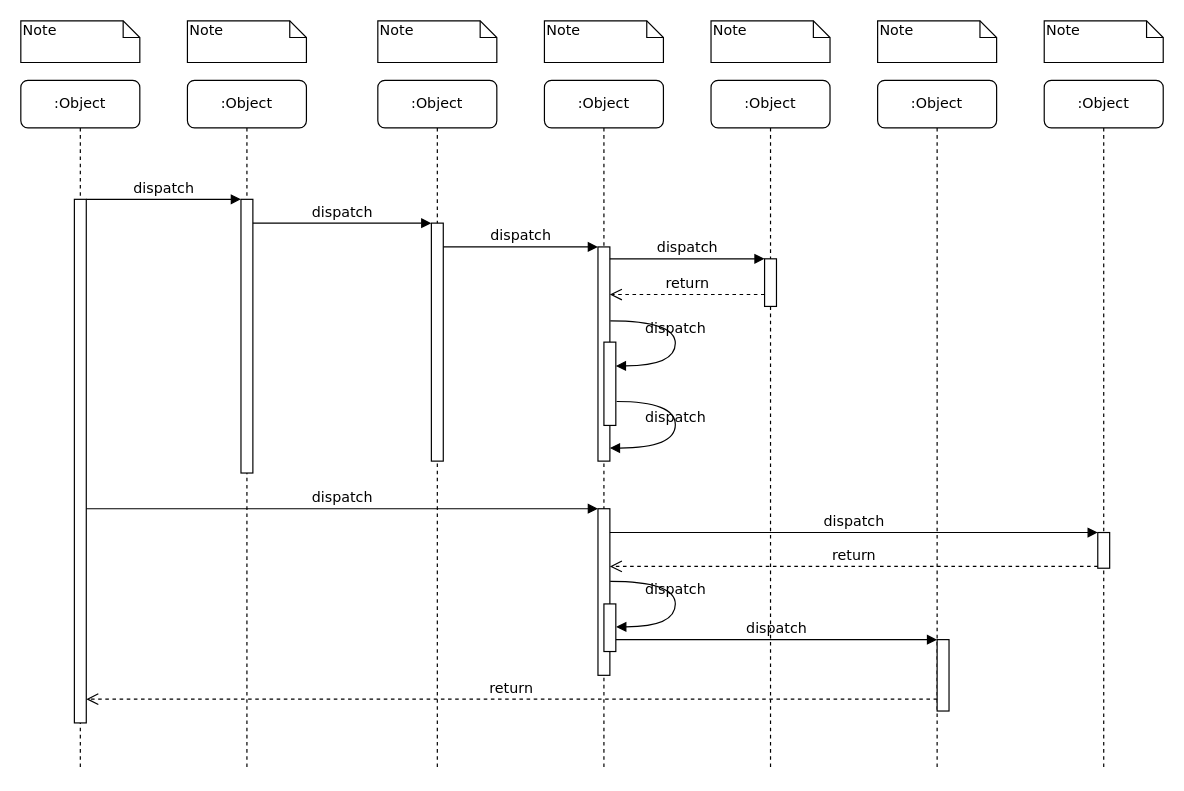
The draw.io diagram Диаграмма без названия.drawio in 03Vlados/SPR5_Bekh_Vlad_TI-12, before the edit. Source tidied: cells renumbered, new cells numbered last; positions are measured from the earlier drawing's top-left corner, leaving out a move shared by most shapes. Both pictures are drawn from the tidied source at 119%, with x=0, y=0 at pixel (20, 20).
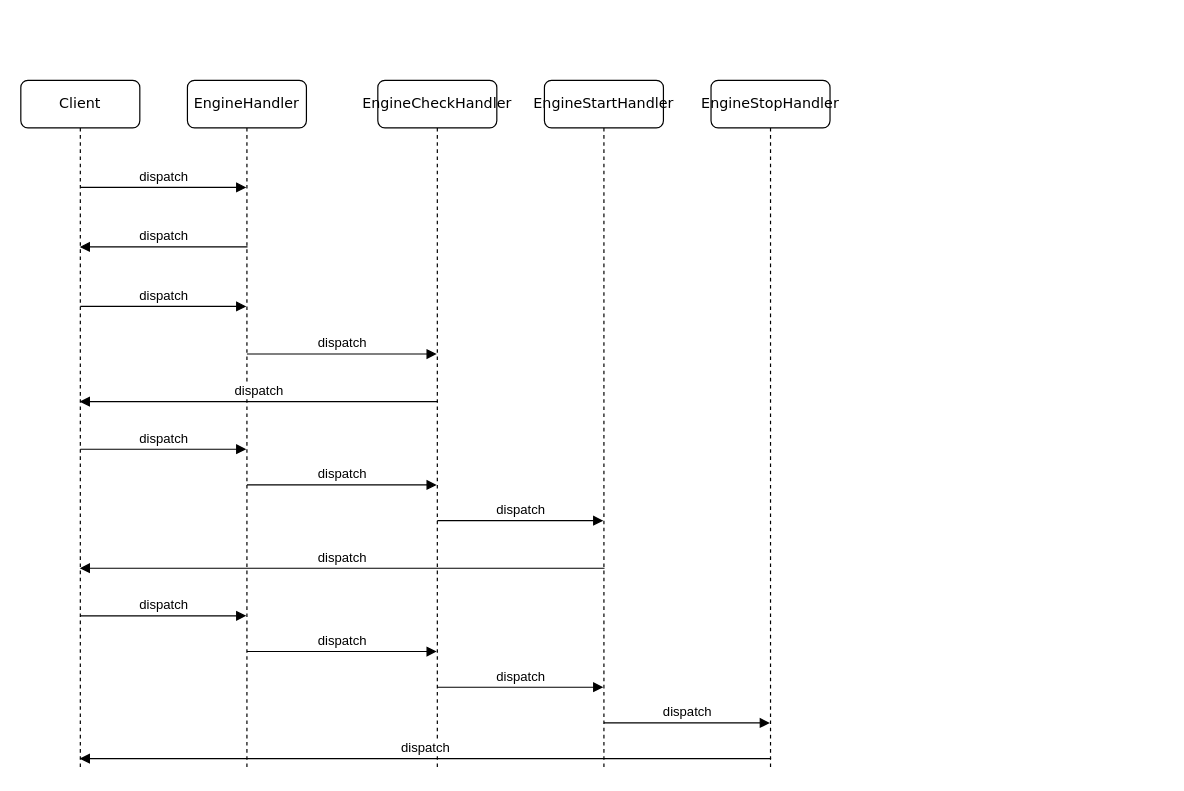
The same diagram, later.

Change to the diagram source:
```diff
@@
-    <mxCell id="2" value=":Object" style="shape=umlLifeline;perimeter=lifelinePerimeter;whiteSpace=wrap;html=1;outlineConnect=0;rounded=1;shadow=0;comic=0;labelBackgroundColor=none;strokeWidth=1;fontFamily=Verdana;fontSize=12;align=center;" parent="1" vertex="1">
+    <mxCell id="2" value="EngineHandler" style="shape=umlLifeline;perimeter=lifelinePerimeter;whiteSpace=wrap;html=1;outlineConnect=0;rounded=1;shadow=0;comic=0;labelBackgroundColor=none;strokeWidth=1;fontFamily=Verdana;fontSize=12;align=center;" parent="1" vertex="1">
       <mxGeometry x="140" y="50" width="100" height="580" as="geometry" />
     </mxCell>
-    <mxCell id="3" style="html=1;points=[];perimeter=orthogonalPerimeter;rounded=0;shadow=0;comic=0;labelBackgroundColor=none;strokeWidth=1;fontFamily=Verdana;fontSize=12;align=center;" parent="2" vertex="1">
-      <mxGeometry x="45" y="100" width="10" height="230" as="geometry" />
-    </mxCell>
+    <mxCell id="39" value="dispatch" style="html=1;verticalAlign=bottom;endArrow=block;curved=0;rounded=0;" parent="2" edge="1" target="10">
+      <mxGeometry relative="1" as="geometry">
+        <mxPoint x="50.5" y="140" as="sourcePoint" />
+      </mxGeometry>
+    </mxCell>
-    <mxCell id="4" value=":Object" style="shape=umlLifeline;perimeter=lifelinePerimeter;whiteSpace=wrap;html=1;outlineConnect=0;rounded=1;shadow=0;comic=0;labelBackgroundColor=none;strokeWidth=1;fontFamily=Verdana;fontSize=12;align=center;" parent="1" vertex="1">
+    <mxCell id="4" value="EngineCheckHandler" style="shape=umlLifeline;perimeter=lifelinePerimeter;whiteSpace=wrap;html=1;outlineConnect=0;rounded=1;shadow=0;comic=0;labelBackgroundColor=none;strokeWidth=1;fontFamily=Verdana;fontSize=12;align=center;" parent="1" vertex="1">
       <mxGeometry x="300" y="50" width="100" height="580" as="geometry" />
     </mxCell>
-    <mxCell id="5" style="html=1;points=[];perimeter=orthogonalPerimeter;rounded=0;shadow=0;comic=0;labelBackgroundColor=none;strokeWidth=1;fontFamily=Verdana;fontSize=12;align=center;" parent="4" vertex="1">
-      <mxGeometry x="45" y="120" width="10" height="200" as="geometry" />
-    </mxCell>
+    <mxCell id="40" value="dispatch" style="html=1;verticalAlign=bottom;endArrow=block;curved=0;rounded=0;" parent="4" edge="1" target="10">
+      <mxGeometry relative="1" as="geometry">
+        <mxPoint x="50.5" y="270" as="sourcePoint" />
+      </mxGeometry>
+    </mxCell>
+    <mxCell id="41" value="dispatch" style="html=1;verticalAlign=bottom;endArrow=block;curved=0;rounded=0;" parent="4" edge="1" target="6">
+      <mxGeometry relative="1" as="geometry">
+        <mxPoint x="50" y="510" as="sourcePoint" />
+      </mxGeometry>
+    </mxCell>
-    <mxCell id="6" value=":Object" style="shape=umlLifeline;perimeter=lifelinePerimeter;whiteSpace=wrap;html=1;outlineConnect=0;rounded=1;shadow=0;comic=0;labelBackgroundColor=none;strokeWidth=1;fontFamily=Verdana;fontSize=12;align=center;" parent="1" vertex="1">
+    <mxCell id="6" value="EngineStartHandler" style="shape=umlLifeline;perimeter=lifelinePerimeter;whiteSpace=wrap;html=1;outlineConnect=0;rounded=1;shadow=0;comic=0;labelBackgroundColor=none;strokeWidth=1;fontFamily=Verdana;fontSize=12;align=center;" parent="1" vertex="1">
       <mxGeometry x="440" y="50" width="100" height="580" as="geometry" />
     </mxCell>
+    <mxCell id="42" value="dispatch" style="html=1;verticalAlign=bottom;endArrow=block;curved=0;rounded=0;" parent="6" edge="1" target="10">
+      <mxGeometry relative="1" as="geometry">
+        <mxPoint x="50.5" y="410" as="sourcePoint" />
+      </mxGeometry>
+    </mxCell>
-    <mxCell id="7" value=":Object" style="shape=umlLifeline;perimeter=lifelinePerimeter;whiteSpace=wrap;html=1;outlineConnect=0;rounded=1;shadow=0;comic=0;labelBackgroundColor=none;strokeWidth=1;fontFamily=Verdana;fontSize=12;align=center;" parent="1" vertex="1">
+    <mxCell id="7" value="EngineStopHandler" style="shape=umlLifeline;perimeter=lifelinePerimeter;whiteSpace=wrap;html=1;outlineConnect=0;rounded=1;shadow=0;comic=0;labelBackgroundColor=none;strokeWidth=1;fontFamily=Verdana;fontSize=12;align=center;" parent="1" vertex="1">
       <mxGeometry x="580" y="50" width="100" height="580" as="geometry" />
     </mxCell>
-    <mxCell id="8" value=":Object" style="shape=umlLifeline;perimeter=lifelinePerimeter;whiteSpace=wrap;html=1;rounded=1;shadow=0;comic=0;labelBackgroundColor=none;strokeWidth=1;fontFamily=Verdana;fontSize=12;align=center;" parent="1" vertex="1">
-      <mxGeometry x="720" y="50" width="100" height="580" as="geometry" />
-    </mxCell>
-    <mxCell id="9" value=":Object" style="shape=umlLifeline;perimeter=lifelinePerimeter;whiteSpace=wrap;html=1;rounded=1;shadow=0;comic=0;labelBackgroundColor=none;strokeWidth=1;fontFamily=Verdana;fontSize=12;align=center;" parent="1" vertex="1">
-      <mxGeometry x="860" y="50" width="100" height="580" as="geometry" />
-    </mxCell>
+    <mxCell id="43" value="dispatch" style="html=1;verticalAlign=bottom;endArrow=block;curved=0;rounded=0;" parent="7" edge="1" target="10">
+      <mxGeometry relative="1" as="geometry">
+        <mxPoint x="50.5" y="570" as="sourcePoint" />
+      </mxGeometry>
+    </mxCell>
-    <mxCell id="10" value=":Object" style="shape=umlLifeline;perimeter=lifelinePerimeter;whiteSpace=wrap;html=1;outlineConnect=0;rounded=1;shadow=0;comic=0;labelBackgroundColor=none;strokeWidth=1;fontFamily=Verdana;fontSize=12;align=center;" parent="1" vertex="1">
+    <mxCell id="10" value="Client" style="shape=umlLifeline;perimeter=lifelinePerimeter;whiteSpace=wrap;html=1;outlineConnect=0;rounded=1;shadow=0;comic=0;labelBackgroundColor=none;strokeWidth=1;fontFamily=Verdana;fontSize=12;align=center;" parent="1" vertex="1">
       <mxGeometry y="50" width="100" height="580" as="geometry" />
     </mxCell>
-    <mxCell id="11" style="html=1;points=[];perimeter=orthogonalPerimeter;rounded=0;shadow=0;comic=0;labelBackgroundColor=none;strokeWidth=1;fontFamily=Verdana;fontSize=12;align=center;" parent="10" vertex="1">
-      <mxGeometry x="45" y="100" width="10" height="440" as="geometry" />
-    </mxCell>
-    <mxCell id="12" style="html=1;points=[];perimeter=orthogonalPerimeter;rounded=0;shadow=0;comic=0;labelBackgroundColor=none;strokeWidth=1;fontFamily=Verdana;fontSize=12;align=center;" parent="1" vertex="1">
-      <mxGeometry x="485" y="190" width="10" height="180" as="geometry" />
-    </mxCell>
-    <mxCell id="13" value="dispatch" style="html=1;verticalAlign=bottom;endArrow=block;labelBackgroundColor=none;fontFamily=Verdana;fontSize=12;edgeStyle=elbowEdgeStyle;elbow=vertical;" parent="1" edge="1" source="5" target="12">
-      <mxGeometry relative="1" as="geometry">
-        <Array as="points">
-          <mxPoint x="360" y="190" />
-        </Array>
-      </mxGeometry>
-    </mxCell>
-    <mxCell id="14" style="html=1;points=[];perimeter=orthogonalPerimeter;rounded=0;shadow=0;comic=0;labelBackgroundColor=none;strokeWidth=1;fontFamily=Verdana;fontSize=12;align=center;" parent="1" vertex="1">
-      <mxGeometry x="625" y="200" width="10" height="40" as="geometry" />
-    </mxCell>
-    <mxCell id="15" value="dispatch" style="html=1;verticalAlign=bottom;endArrow=block;entryX=0;entryY=0;labelBackgroundColor=none;fontFamily=Verdana;fontSize=12;edgeStyle=elbowEdgeStyle;elbow=vertical;" parent="1" edge="1" source="12" target="14">
-      <mxGeometry relative="1" as="geometry" />
-    </mxCell>
-    <mxCell id="16" value="return" style="html=1;verticalAlign=bottom;endArrow=open;dashed=1;endSize=8;labelBackgroundColor=none;fontFamily=Verdana;fontSize=12;edgeStyle=elbowEdgeStyle;elbow=vertical;" parent="1" edge="1" source="14" target="12">
-      <mxGeometry relative="1" as="geometry">
-        <Array as="points">
-          <mxPoint x="570" y="230" />
-          <mxPoint x="600" y="230" />
-        </Array>
-      </mxGeometry>
-    </mxCell>
-    <mxCell id="17" style="html=1;points=[];perimeter=orthogonalPerimeter;rounded=0;shadow=0;comic=0;labelBackgroundColor=none;strokeWidth=1;fontFamily=Verdana;fontSize=12;align=center;" parent="1" vertex="1">
-      <mxGeometry x="485" y="410" width="10" height="140" as="geometry" />
-    </mxCell>
-    <mxCell id="18" value="dispatch" style="html=1;verticalAlign=bottom;endArrow=block;entryX=0;entryY=0;labelBackgroundColor=none;fontFamily=Verdana;fontSize=12;" parent="1" edge="1" source="11" target="17">
-      <mxGeometry relative="1" as="geometry" />
-    </mxCell>
-    <mxCell id="19" style="html=1;points=[];perimeter=orthogonalPerimeter;rounded=0;shadow=0;comic=0;labelBackgroundColor=none;strokeColor=#000000;strokeWidth=1;fillColor=#FFFFFF;fontFamily=Verdana;fontSize=12;fontColor=#000000;align=center;" parent="1" vertex="1">
-      <mxGeometry x="905" y="430" width="10" height="30" as="geometry" />
-    </mxCell>
-    <mxCell id="20" value="dispatch" style="html=1;verticalAlign=bottom;endArrow=block;entryX=0;entryY=0;labelBackgroundColor=none;fontFamily=Verdana;fontSize=12;" parent="1" edge="1" source="17" target="19">
-      <mxGeometry relative="1" as="geometry" />
-    </mxCell>
-    <mxCell id="21" value="return" style="html=1;verticalAlign=bottom;endArrow=open;dashed=1;endSize=8;exitX=0;exitY=0.95;labelBackgroundColor=none;fontFamily=Verdana;fontSize=12;" parent="1" edge="1" source="19" target="17">
-      <mxGeometry relative="1" as="geometry" />
-    </mxCell>
-    <mxCell id="22" style="html=1;points=[];perimeter=orthogonalPerimeter;rounded=0;shadow=0;comic=0;labelBackgroundColor=none;strokeWidth=1;fontFamily=Verdana;fontSize=12;align=center;" parent="1" vertex="1">
-      <mxGeometry x="770" y="520" width="10" height="60" as="geometry" />
-    </mxCell>
-    <mxCell id="23" value="dispatch" style="html=1;verticalAlign=bottom;endArrow=block;entryX=0;entryY=0;labelBackgroundColor=none;fontFamily=Verdana;fontSize=12;edgeStyle=elbowEdgeStyle;elbow=vertical;" parent="1" edge="1" source="30" target="22">
-      <mxGeometry relative="1" as="geometry" />
-    </mxCell>
-    <mxCell id="24" value="return" style="html=1;verticalAlign=bottom;endArrow=open;dashed=1;endSize=8;labelBackgroundColor=none;fontFamily=Verdana;fontSize=12;edgeStyle=elbowEdgeStyle;elbow=vertical;" parent="1" edge="1" source="22" target="11">
-      <mxGeometry relative="1" as="geometry">
-        <Array as="points">
-          <mxPoint x="470" y="570" />
-        </Array>
-      </mxGeometry>
-    </mxCell>
-    <mxCell id="25" value="dispatch" style="html=1;verticalAlign=bottom;endArrow=block;entryX=0;entryY=0;labelBackgroundColor=none;fontFamily=Verdana;fontSize=12;edgeStyle=elbowEdgeStyle;elbow=vertical;" parent="1" edge="1" source="11" target="3">
-      <mxGeometry relative="1" as="geometry" />
-    </mxCell>
-    <mxCell id="26" value="dispatch" style="html=1;verticalAlign=bottom;endArrow=block;entryX=0;entryY=0;labelBackgroundColor=none;fontFamily=Verdana;fontSize=12;edgeStyle=elbowEdgeStyle;elbow=vertical;" parent="1" edge="1" source="3" target="5">
-      <mxGeometry relative="1" as="geometry" />
-    </mxCell>
-    <mxCell id="27" style="html=1;points=[];perimeter=orthogonalPerimeter;rounded=0;shadow=0;comic=0;labelBackgroundColor=none;strokeWidth=1;fontFamily=Verdana;fontSize=12;align=center;" parent="1" vertex="1">
-      <mxGeometry x="490" y="270" width="10" height="70" as="geometry" />
-    </mxCell>
-    <mxCell id="28" value="dispatch" style="html=1;verticalAlign=bottom;endArrow=block;labelBackgroundColor=none;fontFamily=Verdana;fontSize=12;elbow=vertical;edgeStyle=orthogonalEdgeStyle;curved=1;entryX=1;entryY=0.286;entryPerimeter=0;exitX=1.038;exitY=0.345;exitPerimeter=0;" parent="1" edge="1" source="12" target="27">
-      <mxGeometry relative="1" as="geometry">
-        <Array as="points">
-          <mxPoint x="550" y="252" />
-          <mxPoint x="550" y="290" />
-        </Array>
-      </mxGeometry>
-    </mxCell>
-    <mxCell id="29" value="dispatch" style="html=1;verticalAlign=bottom;endArrow=block;labelBackgroundColor=none;fontFamily=Verdana;fontSize=12;elbow=vertical;edgeStyle=orthogonalEdgeStyle;curved=1;exitX=1.066;exitY=0.713;exitPerimeter=0;" parent="1" edge="1" source="27">
-      <mxGeometry relative="1" as="geometry">
-        <mxPoint x="495" y="359" as="targetPoint" />
-        <Array as="points">
-          <mxPoint x="550" y="320" />
-          <mxPoint x="550" y="359" />
-        </Array>
-      </mxGeometry>
-    </mxCell>
-    <mxCell id="30" style="html=1;points=[];perimeter=orthogonalPerimeter;rounded=0;shadow=0;comic=0;labelBackgroundColor=none;strokeWidth=1;fontFamily=Verdana;fontSize=12;align=center;" parent="1" vertex="1">
-      <mxGeometry x="490" y="490" width="10" height="40" as="geometry" />
-    </mxCell>
-    <mxCell id="31" value="dispatch" style="html=1;verticalAlign=bottom;endArrow=block;labelBackgroundColor=none;fontFamily=Verdana;fontSize=12;elbow=vertical;edgeStyle=orthogonalEdgeStyle;curved=1;entryX=1;entryY=0.286;entryPerimeter=0;exitX=1.038;exitY=0.345;exitPerimeter=0;" parent="1" edge="1">
-      <mxGeometry relative="1" as="geometry">
-        <mxPoint x="495.3" y="471" as="sourcePoint" />
-        <mxPoint x="500.3" y="509.3" as="targetPoint" />
-        <Array as="points">
-          <mxPoint x="550" y="471" />
-          <mxPoint x="550" y="509" />
-        </Array>
-      </mxGeometry>
-    </mxCell>
-    <mxCell id="32" value="Note" style="shape=note;whiteSpace=wrap;html=1;size=14;verticalAlign=top;align=left;spacingTop=-6;rounded=0;shadow=0;comic=0;labelBackgroundColor=none;strokeWidth=1;fontFamily=Verdana;fontSize=12;" parent="1" vertex="1">
-      <mxGeometry width="100" height="35" as="geometry" />
-    </mxCell>
-    <mxCell id="33" value="Note" style="shape=note;whiteSpace=wrap;html=1;size=14;verticalAlign=top;align=left;spacingTop=-6;rounded=0;shadow=0;comic=0;labelBackgroundColor=none;strokeWidth=1;fontFamily=Verdana;fontSize=12;" parent="1" vertex="1">
-      <mxGeometry x="140" width="100" height="35" as="geometry" />
-    </mxCell>
-    <mxCell id="34" value="Note" style="shape=note;whiteSpace=wrap;html=1;size=14;verticalAlign=top;align=left;spacingTop=-6;rounded=0;shadow=0;comic=0;labelBackgroundColor=none;strokeWidth=1;fontFamily=Verdana;fontSize=12;" parent="1" vertex="1">
-      <mxGeometry x="300" width="100" height="35" as="geometry" />
-    </mxCell>
-    <mxCell id="35" value="Note" style="shape=note;whiteSpace=wrap;html=1;size=14;verticalAlign=top;align=left;spacingTop=-6;rounded=0;shadow=0;comic=0;labelBackgroundColor=none;strokeWidth=1;fontFamily=Verdana;fontSize=12;" parent="1" vertex="1">
-      <mxGeometry x="440" width="100" height="35" as="geometry" />
-    </mxCell>
-    <mxCell id="36" value="Note" style="shape=note;whiteSpace=wrap;html=1;size=14;verticalAlign=top;align=left;spacingTop=-6;rounded=0;shadow=0;comic=0;labelBackgroundColor=none;strokeWidth=1;fontFamily=Verdana;fontSize=12;" parent="1" vertex="1">
-      <mxGeometry x="580" width="100" height="35" as="geometry" />
-    </mxCell>
-    <mxCell id="37" value="Note" style="shape=note;whiteSpace=wrap;html=1;size=14;verticalAlign=top;align=left;spacingTop=-6;rounded=0;shadow=0;comic=0;labelBackgroundColor=none;strokeWidth=1;fontFamily=Verdana;fontSize=12;" parent="1" vertex="1">
-      <mxGeometry x="720" width="100" height="35" as="geometry" />
-    </mxCell>
-    <mxCell id="38" value="Note" style="shape=note;whiteSpace=wrap;html=1;size=14;verticalAlign=top;align=left;spacingTop=-6;rounded=0;shadow=0;comic=0;labelBackgroundColor=none;strokeWidth=1;fontFamily=Verdana;fontSize=12;" parent="1" vertex="1">
-      <mxGeometry x="860" width="100" height="35" as="geometry" />
-    </mxCell>
+    <mxCell id="44" value="dispatch" style="html=1;verticalAlign=bottom;endArrow=block;curved=0;rounded=0;" parent="1" edge="1" target="2">
+      <mxGeometry relative="1" as="geometry">
+        <mxPoint x="50" y="140" as="sourcePoint" />
+      </mxGeometry>
+    </mxCell>
+    <mxCell id="45" value="dispatch" style="html=1;verticalAlign=bottom;endArrow=block;curved=0;rounded=0;" parent="1" edge="1" target="2">
+      <mxGeometry relative="1" as="geometry">
+        <mxPoint x="50" y="240" as="sourcePoint" />
+      </mxGeometry>
+    </mxCell>
+    <mxCell id="46" value="dispatch" style="html=1;verticalAlign=bottom;endArrow=block;curved=0;rounded=0;" parent="1" edge="1" target="4">
+      <mxGeometry relative="1" as="geometry">
+        <mxPoint x="190" y="280" as="sourcePoint" />
+      </mxGeometry>
+    </mxCell>
+    <mxCell id="47" value="dispatch" style="html=1;verticalAlign=bottom;endArrow=block;curved=0;rounded=0;" parent="1" edge="1" target="2">
+      <mxGeometry relative="1" as="geometry">
+        <mxPoint x="50" y="360" as="sourcePoint" />
+      </mxGeometry>
+    </mxCell>
+    <mxCell id="48" value="dispatch" style="html=1;verticalAlign=bottom;endArrow=block;curved=0;rounded=0;" parent="1" edge="1" target="4">
+      <mxGeometry relative="1" as="geometry">
+        <mxPoint x="190" y="390" as="sourcePoint" />
+      </mxGeometry>
+    </mxCell>
+    <mxCell id="49" value="dispatch" style="html=1;verticalAlign=bottom;endArrow=block;curved=0;rounded=0;" parent="1" edge="1" target="6">
+      <mxGeometry relative="1" as="geometry">
+        <mxPoint x="350" y="420" as="sourcePoint" />
+      </mxGeometry>
+    </mxCell>
+    <mxCell id="50" value="dispatch" style="html=1;verticalAlign=bottom;endArrow=block;curved=0;rounded=0;" parent="1" edge="1" target="2">
+      <mxGeometry relative="1" as="geometry">
+        <mxPoint x="50" y="500" as="sourcePoint" />
+      </mxGeometry>
+    </mxCell>
+    <mxCell id="51" value="dispatch" style="html=1;verticalAlign=bottom;endArrow=block;curved=0;rounded=0;" parent="1" edge="1" target="4">
+      <mxGeometry relative="1" as="geometry">
+        <mxPoint x="190" y="530" as="sourcePoint" />
+      </mxGeometry>
+    </mxCell>
+    <mxCell id="52" value="dispatch" style="html=1;verticalAlign=bottom;endArrow=block;curved=0;rounded=0;" parent="1" edge="1" target="7">
+      <mxGeometry relative="1" as="geometry">
+        <mxPoint x="490" y="590" as="sourcePoint" />
+      </mxGeometry>
+    </mxCell>
```
